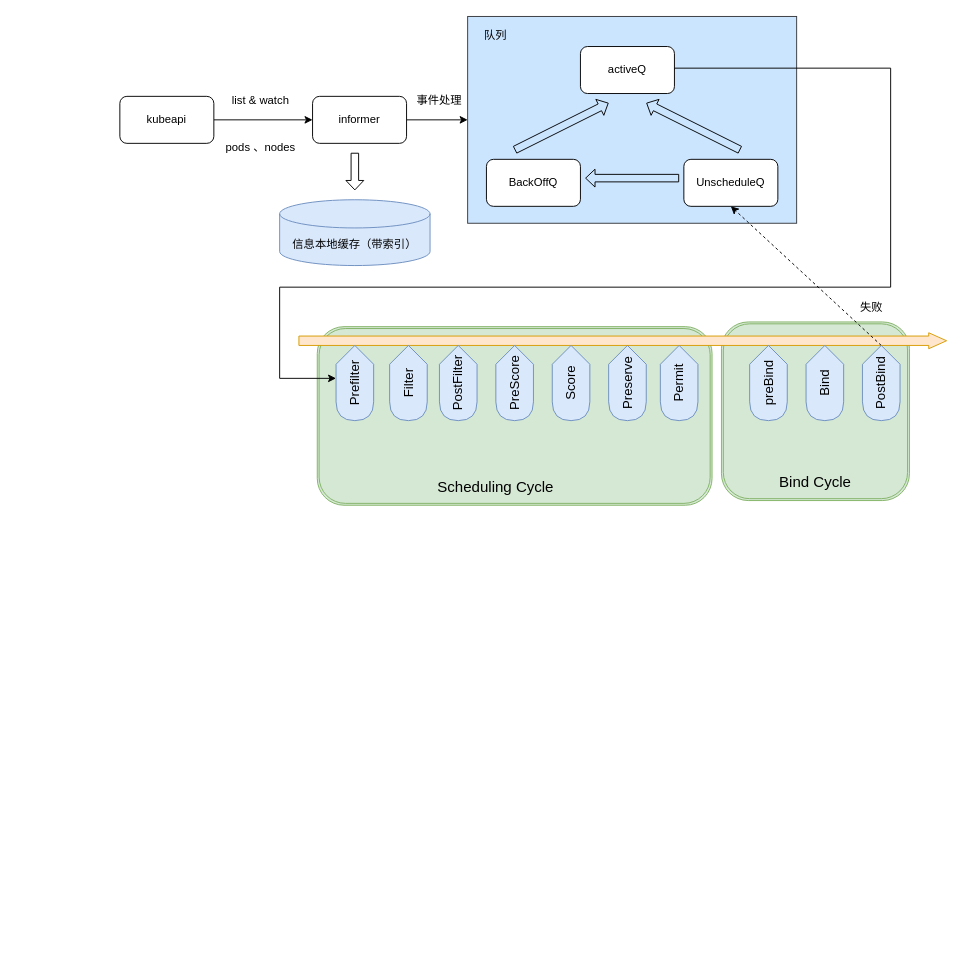
This is schedule.drawio from We1less1111/draw.io, a draw.io file, before an edit. Source tidied: cells renumbered, new cells numbered last; positions are measured from the earlier drawing's top-left corner, leaving out a move shared by most shapes. Both pictures are drawn from the tidied source at 94%, with x=0, y=0 at pixel (119, 16).
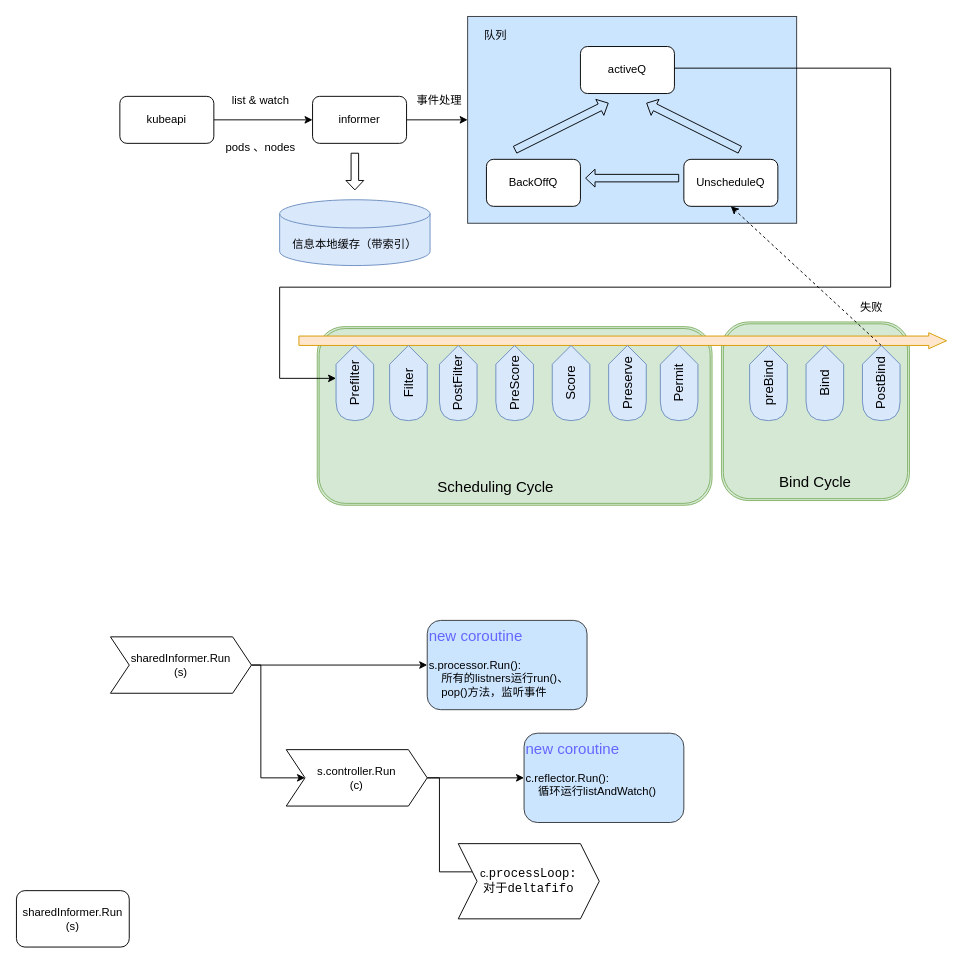
After the change.

Diff of the diagram source:
```diff
@@
+    <mxCell id="37" value="&lt;font color=&quot;#6666ff&quot; style=&quot;font-size: 16px;&quot;&gt;new coroutine&lt;/font&gt;&lt;br&gt;&lt;br&gt;s.processor.Run():&lt;br&gt;&lt;span style=&quot;&quot;&gt;&lt;span style=&quot;white-space: pre;&quot;&gt;&amp;nbsp;&amp;nbsp;&amp;nbsp;&amp;nbsp;&lt;/span&gt;&lt;/span&gt;所有的listners运行run()、&lt;br&gt;&lt;span style=&quot;&quot;&gt;&lt;span style=&quot;white-space: pre;&quot;&gt;&amp;nbsp;&amp;nbsp;&amp;nbsp;&amp;nbsp;&lt;/span&gt;&lt;/span&gt;pop()方法，监听事件" style="rounded=1;whiteSpace=wrap;html=1;align=left;verticalAlign=top;fillColor=#cce5ff;strokeColor=#36393d;" parent="1" vertex="1">
+      <mxGeometry x="327" y="642.5" width="170" height="95" as="geometry" />
+    </mxCell>
+    <mxCell id="38" value="sharedInformer.Run&lt;br&gt;(s)" style="rounded=1;whiteSpace=wrap;html=1;" parent="1" vertex="1">
+      <mxGeometry x="-110" y="930" width="120" height="60" as="geometry" />
+    </mxCell>
+    <mxCell id="39" style="edgeStyle=orthogonalEdgeStyle;rounded=0;jettySize=auto;html=1;entryX=0;entryY=0.5;entryDx=0;entryDy=0;" parent="1" edge="1" source="41" target="37">
+      <mxGeometry relative="1" as="geometry" />
+    </mxCell>
+    <mxCell id="40" style="edgeStyle=orthogonalEdgeStyle;rounded=0;jettySize=auto;html=1;entryX=0;entryY=0.5;entryDx=0;entryDy=0;" parent="1" edge="1" source="41" target="44">
+      <mxGeometry relative="1" as="geometry">
+        <Array as="points">
+          <mxPoint x="150" y="690" />
+          <mxPoint x="150" y="810" />
+        </Array>
+      </mxGeometry>
+    </mxCell>
+    <mxCell id="41" value="sharedInformer.Run&lt;br style=&quot;border-color: var(--border-color);&quot;&gt;(s)" style="shape=step;perimeter=stepPerimeter;whiteSpace=wrap;html=1;fixedSize=1;" parent="1" vertex="1">
+      <mxGeometry x="-10" y="660" width="150" height="60" as="geometry" />
+    </mxCell>
+    <mxCell id="42" style="edgeStyle=orthogonalEdgeStyle;rounded=0;jettySize=auto;html=1;" parent="1" edge="1" source="44" target="45">
+      <mxGeometry relative="1" as="geometry" />
+    </mxCell>
+    <mxCell id="43" style="edgeStyle=orthogonalEdgeStyle;rounded=0;jettySize=auto;html=1;entryX=0;entryY=0.5;entryDx=0;entryDy=0;" parent="1" edge="1" source="44" target="46">
+      <mxGeometry relative="1" as="geometry">
+        <Array as="points">
+          <mxPoint x="340" y="810" />
+          <mxPoint x="340" y="910" />
+        </Array>
+      </mxGeometry>
+    </mxCell>
+    <mxCell id="44" value="s.controller.Run&lt;br style=&quot;border-color: var(--border-color);&quot;&gt;(c)" style="shape=step;perimeter=stepPerimeter;whiteSpace=wrap;html=1;fixedSize=1;" parent="1" vertex="1">
+      <mxGeometry x="177" y="780" width="150" height="60" as="geometry" />
+    </mxCell>
+    <mxCell id="45" value="&lt;font color=&quot;#6666ff&quot; style=&quot;font-size: 16px;&quot;&gt;new coroutine&lt;/font&gt;&lt;br&gt;&lt;br&gt;c.reflector.Run():&lt;br&gt;&lt;span style=&quot;&quot;&gt;&lt;span style=&quot;white-space: pre;&quot;&gt;&amp;nbsp;&amp;nbsp;&amp;nbsp;&amp;nbsp;循环运行listAndWatch()&lt;/span&gt;&lt;/span&gt;" style="rounded=1;whiteSpace=wrap;html=1;align=left;verticalAlign=top;fillColor=#cce5ff;strokeColor=#36393d;" parent="1" vertex="1">
+      <mxGeometry x="430" y="762.5" width="170" height="95" as="geometry" />
+    </mxCell>
+    <mxCell id="46" value="c.&lt;font style=&quot;border-color: var(--border-color); font-family: Consolas, &amp;quot;Courier New&amp;quot;, monospace; font-size: 13px; text-align: left; background-color: rgb(255, 255, 255);&quot;&gt;processLoop:&lt;br&gt;对于deltafifo&lt;br&gt;&lt;/font&gt;" style="shape=step;perimeter=stepPerimeter;whiteSpace=wrap;html=1;fixedSize=1;" parent="1" vertex="1">
+      <mxGeometry x="360" y="880" width="150" height="80" as="geometry" />
+    </mxCell>
```
